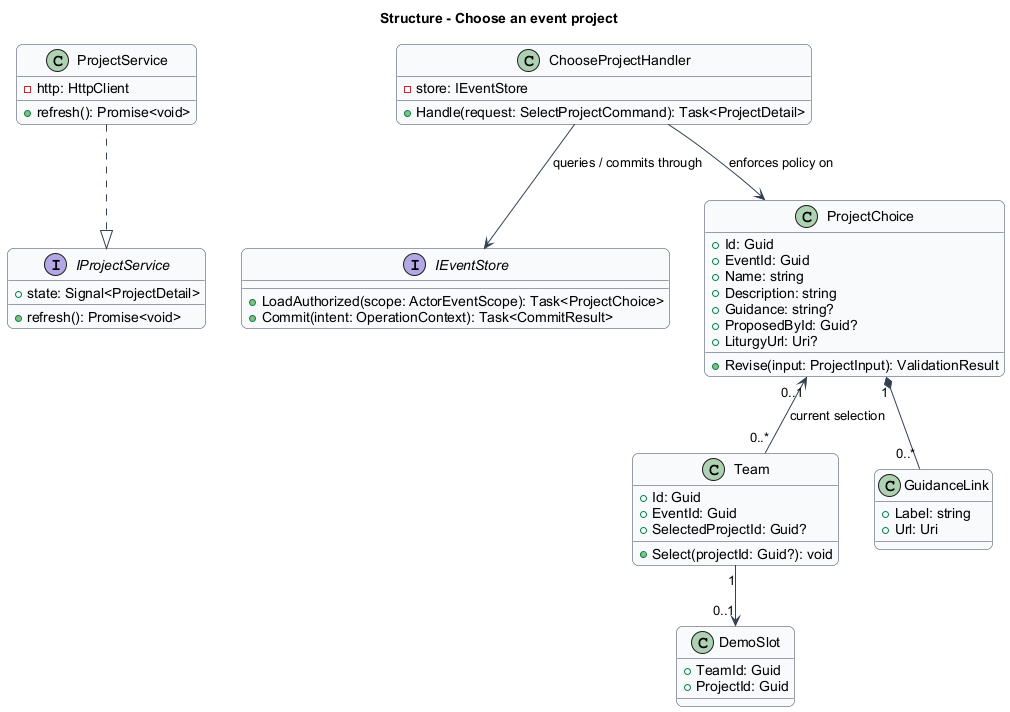
Before: docs/detailed-designs/teams-projects/choose-project/diagrams/classes.png, a diagram exported from PlantUML (QuinntyneBrown/faithtech-toronto-ai-build-event).
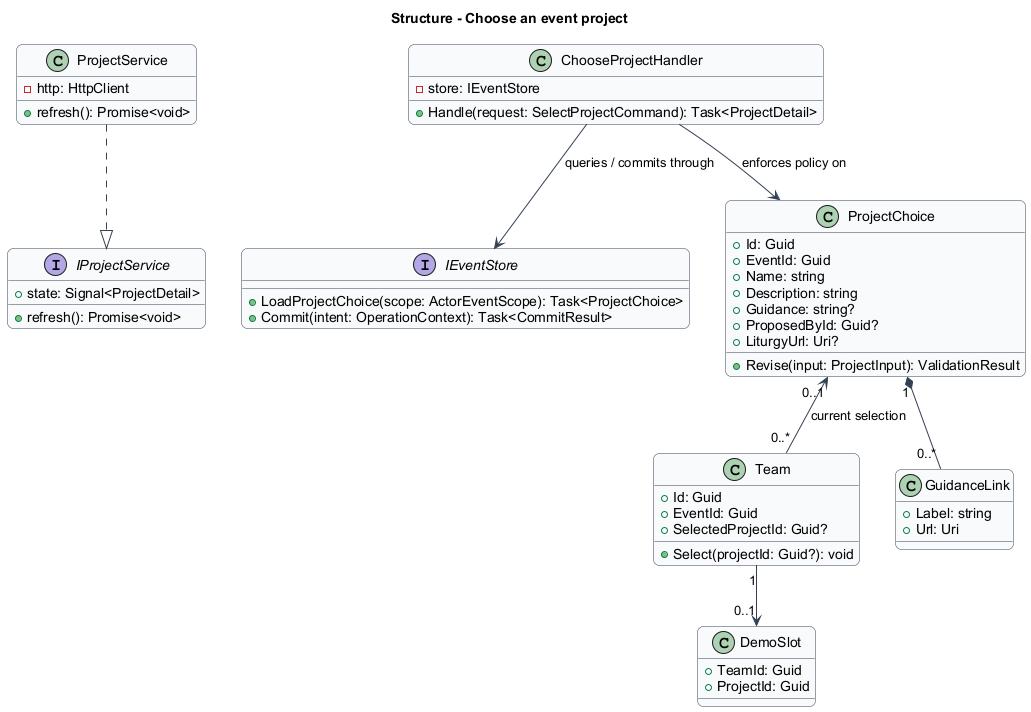
After the change.

What changed in the source:
```diff
@@ -22,7 +22,7 @@
   +Handle(request: SelectProjectCommand): Task<ProjectDetail>
 }
 interface IEventStore {
-  +LoadAuthorized(scope: ActorEventScope): Task<ProjectChoice>
+  +LoadProjectChoice(scope: ActorEventScope): Task<ProjectChoice>
   +Commit(intent: OperationContext): Task<CommitResult>
 }
 class ProjectChoice {
```
